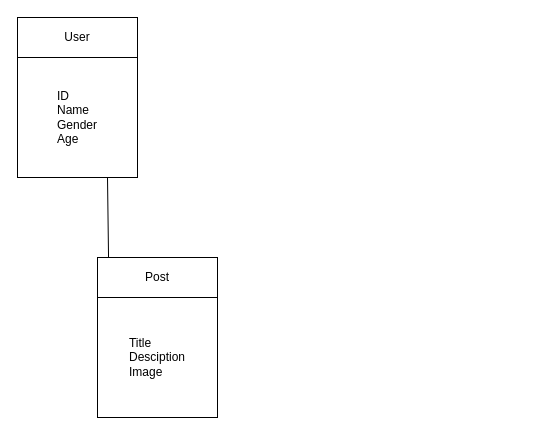
wilkofm/iod--2024 keeps this draw.io diagram as page "logical-model" (1 of 2) of Module8/Untitled Diagram.drawio. Above is the earlier version. Source tidied: cells renumbered, new cells numbered last; positions are measured from the earlier drawing's top-left corner, leaving out a move shared by most shapes. Both pictures are drawn from the tidied source at 100%, with x=0, y=0 at pixel (17, 17).
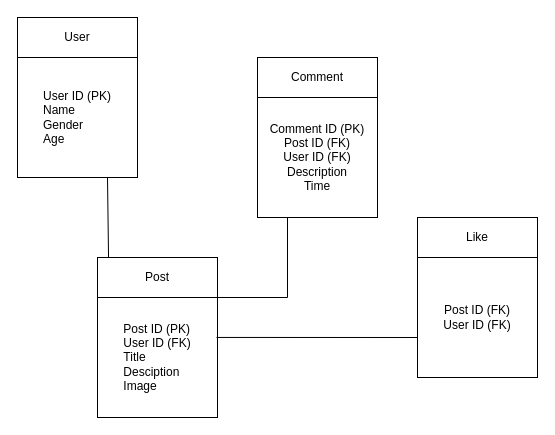
The same page after the edit.

Change to the diagram source:
```diff
@@
 <mxGraphModel>
   <root>
     <mxCell id="0" />
     <mxCell id="1" parent="0" />
     <mxCell id="2" value="User" style="rounded=0;whiteSpace=wrap;html=1;align=center;" parent="1" vertex="1">
       <mxGeometry width="120" height="40" as="geometry" />
     </mxCell>
-    <mxCell id="3" value="&lt;div style=&quot;text-align: justify;&quot;&gt;&lt;span style=&quot;background-color: initial;&quot;&gt;ID&lt;/span&gt;&lt;/div&gt;&lt;div style=&quot;text-align: justify;&quot;&gt;Name&lt;/div&gt;&lt;div style=&quot;text-align: justify;&quot;&gt;Gender&lt;/div&gt;&lt;div style=&quot;text-align: justify;&quot;&gt;Age&lt;/div&gt;" style="whiteSpace=wrap;html=1;" parent="1" vertex="1">
+    <mxCell id="3" value="&lt;div style=&quot;text-align: justify;&quot;&gt;&lt;span style=&quot;background-color: initial;&quot;&gt;User ID (PK)&lt;/span&gt;&lt;/div&gt;&lt;div style=&quot;text-align: justify;&quot;&gt;Name&lt;/div&gt;&lt;div style=&quot;text-align: justify;&quot;&gt;Gender&lt;/div&gt;&lt;div style=&quot;text-align: justify;&quot;&gt;Age&lt;/div&gt;" style="whiteSpace=wrap;html=1;" parent="1" vertex="1">
       <mxGeometry y="40" width="120" height="120" as="geometry" />
     </mxCell>
     <mxCell id="4" value="&lt;div style=&quot;text-align: justify;&quot;&gt;&lt;span style=&quot;background-color: initial;&quot;&gt;Post&lt;/span&gt;&lt;/div&gt;" style="rounded=0;whiteSpace=wrap;html=1;align=center;" parent="1" vertex="1">
       <mxGeometry x="80" y="240" width="120" height="40" as="geometry" />
     </mxCell>
-    <mxCell id="5" value="&lt;div style=&quot;text-align: justify;&quot;&gt;&lt;span style=&quot;background-color: initial;&quot;&gt;Title&lt;/span&gt;&lt;/div&gt;&lt;div style=&quot;text-align: justify;&quot;&gt;Desciption&lt;/div&gt;&lt;div style=&quot;text-align: justify;&quot;&gt;Image&lt;/div&gt;" style="whiteSpace=wrap;html=1;align=center;" parent="1" vertex="1">
+    <mxCell id="5" value="&lt;div style=&quot;text-align: justify;&quot;&gt;&lt;span style=&quot;background-color: initial;&quot;&gt;Post ID (PK)&lt;/span&gt;&lt;/div&gt;&lt;div style=&quot;text-align: justify;&quot;&gt;&lt;span style=&quot;background-color: initial;&quot;&gt;User ID (FK)&lt;/span&gt;&lt;/div&gt;&lt;div style=&quot;text-align: justify;&quot;&gt;&lt;span style=&quot;background-color: initial;&quot;&gt;Title&lt;/span&gt;&lt;/div&gt;&lt;div style=&quot;text-align: justify;&quot;&gt;Desciption&lt;/div&gt;&lt;div style=&quot;text-align: justify;&quot;&gt;Image&lt;/div&gt;" style="whiteSpace=wrap;html=1;align=center;" parent="1" vertex="1">
       <mxGeometry x="80" y="280" width="120" height="120" as="geometry" />
     </mxCell>
     <mxCell id="6" style="endArrow=none;html=1;rounded=0;exitX=0.092;exitY=0;exitDx=0;exitDy=0;exitPerimeter=0;" parent="1" edge="1" source="4">
       <mxGeometry relative="1" as="geometry">
         <mxPoint x="90" y="160" as="targetPoint" />
       </mxGeometry>
     </mxCell>
+    <mxCell id="7" value="Comment" style="rounded=0;whiteSpace=wrap;html=1;" parent="1" vertex="1">
+      <mxGeometry x="240" y="40" width="120" height="40" as="geometry" />
+    </mxCell>
+    <mxCell id="8" style="edgeStyle=orthogonalEdgeStyle;rounded=0;jettySize=auto;html=1;" parent="1" edge="1" source="9" target="11">
+      <mxGeometry relative="1" as="geometry" />
+    </mxCell>
+    <mxCell id="9" value="Like" style="rounded=0;whiteSpace=wrap;html=1;" parent="1" vertex="1">
+      <mxGeometry x="400" y="200" width="120" height="40" as="geometry" />
+    </mxCell>
+    <mxCell id="10" value="Comment ID (PK)&lt;div&gt;&lt;span style=&quot;background-color: initial;&quot;&gt;Post ID (FK)&lt;/span&gt;&lt;div&gt;User ID (FK)&lt;/div&gt;&lt;div&gt;Description&lt;/div&gt;&lt;div&gt;Time&lt;/div&gt;&lt;/div&gt;" style="whiteSpace=wrap;html=1;" parent="1" vertex="1">
+      <mxGeometry x="240" y="80" width="120" height="120" as="geometry" />
+    </mxCell>
+    <mxCell id="11" value="&lt;div&gt;&lt;span style=&quot;background-color: initial;&quot;&gt;Post ID (FK)&lt;/span&gt;&lt;/div&gt;User ID (FK)" style="whiteSpace=wrap;html=1;" parent="1" vertex="1">
+      <mxGeometry x="400" y="240" width="120" height="120" as="geometry" />
+    </mxCell>
+    <mxCell id="12" style="endArrow=none;html=1;rounded=0;entryX=0.25;entryY=1;entryDx=0;entryDy=0;" parent="1" edge="1" target="10">
+      <mxGeometry relative="1" as="geometry">
+        <mxPoint x="270" y="280" as="sourcePoint" />
+      </mxGeometry>
+    </mxCell>
+    <mxCell id="13" style="endArrow=none;html=1;rounded=0;exitX=1;exitY=0;exitDx=0;exitDy=0;" parent="1" edge="1" source="5">
+      <mxGeometry relative="1" as="geometry">
+        <mxPoint x="270" y="280" as="targetPoint" />
+      </mxGeometry>
+    </mxCell>
+    <mxCell id="14" style="endArrow=none;html=1;rounded=0;exitX=0.992;exitY=0.333;exitDx=0;exitDy=0;exitPerimeter=0;" parent="1" edge="1" source="5">
+      <mxGeometry relative="1" as="geometry">
+        <mxPoint x="400" y="320" as="targetPoint" />
+      </mxGeometry>
+    </mxCell>
   </root>
 </mxGraphModel>
```
